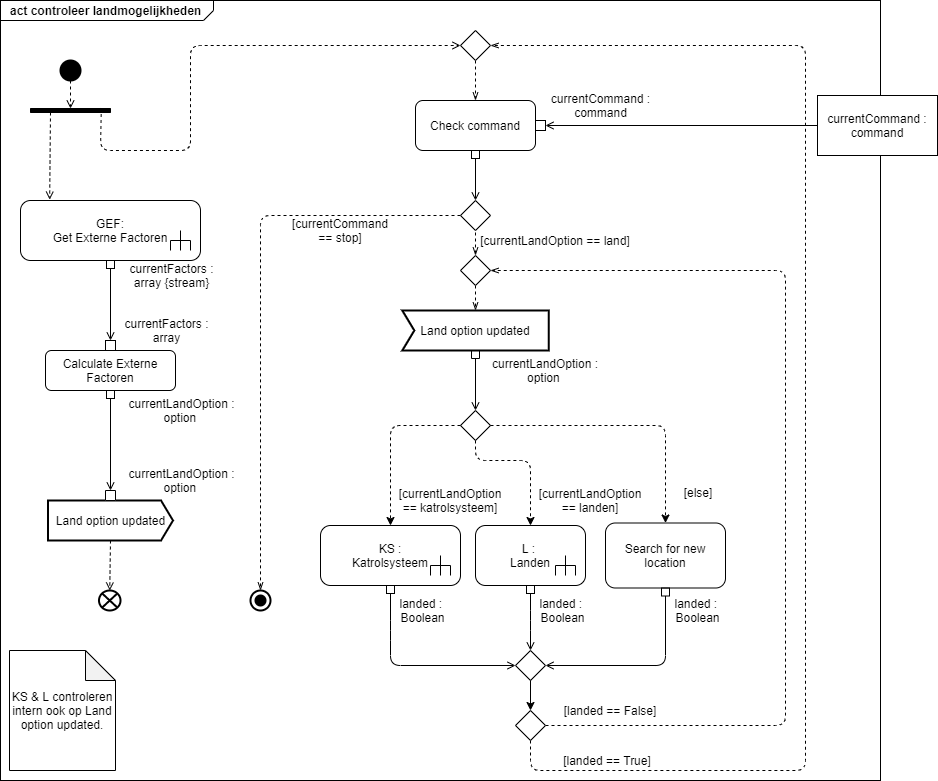
ASCanak/SysEn keeps this draw.io diagram as Activity Diagram/Activity Diagram.png. Above is the earlier version. Source tidied: cells renumbered, new cells last; positions are measured from the earlier drawing's top-left corner, leaving out a move shared by most shapes.
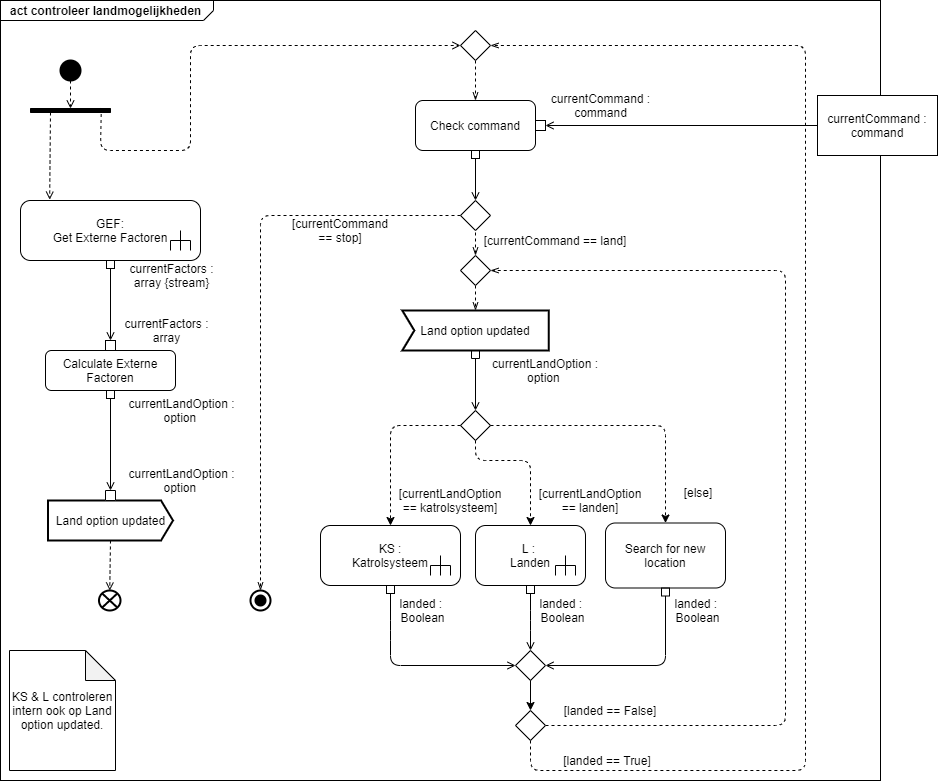
Later version of the same file.

Diff of the diagram source:
```diff
@@ -239,7 +239,7 @@
     <mxCell id="63" value="[currentCommand == stop]" style="text;html=1;strokeColor=none;fillColor=none;align=center;verticalAlign=middle;whiteSpace=wrap;rounded=0;" parent="1" vertex="1">
       <mxGeometry x="285" y="220" width="110" height="20" as="geometry" />
     </mxCell>
-    <mxCell id="64" value="[currentLandOption == land]" style="text;html=1;strokeColor=none;fillColor=none;align=center;verticalAlign=middle;whiteSpace=wrap;rounded=0;" parent="1" vertex="1">
+    <mxCell id="64" value="[currentCommand&amp;nbsp;== land]" style="text;html=1;strokeColor=none;fillColor=none;align=center;verticalAlign=middle;whiteSpace=wrap;rounded=0;" parent="1" vertex="1">
       <mxGeometry x="475" y="230" width="160" height="20" as="geometry" />
     </mxCell>
   </root>
```
